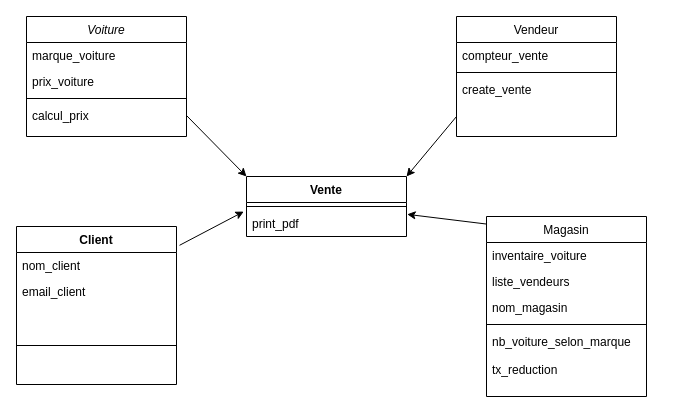
Before: Diagramme sans nom.drawio in Lohofora/Programmation-orient-e-objet, a draw.io diagram. Source tidied: cells renumbered, new cells numbered last; positions are measured from the earlier drawing's top-left corner, leaving out a move shared by most shapes. Both pictures are drawn from the tidied source at 100%, with x=0, y=0 at pixel (16, 16).
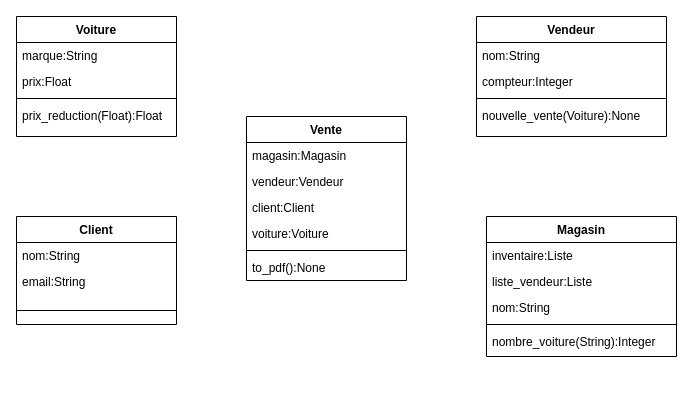
After the change.

Change to the diagram source:
```diff
@@
-    <mxCell id="2" value="Voiture" style="swimlane;fontStyle=2;align=center;verticalAlign=top;horizontal=1;startSize=26;rounded=0;shadow=0;strokeWidth=1;" parent="1" vertex="1">
-      <mxGeometry x="10" width="160" height="120" as="geometry" />
+    <mxCell id="2" value="Voiture" style="swimlane;fontStyle=1;align=center;verticalAlign=top;horizontal=1;startSize=26;rounded=0;shadow=0;strokeWidth=1;" parent="1" vertex="1">
+      <mxGeometry width="160" height="120" as="geometry" />
     </mxCell>
-    <mxCell id="3" value="marque_voiture" style="text;align=left;verticalAlign=top;spacingLeft=4;spacingRight=4;overflow=hidden;" parent="2" vertex="1">
+    <mxCell id="3" value="marque:String" style="text;align=left;verticalAlign=top;spacingLeft=4;spacingRight=4;overflow=hidden;" parent="2" vertex="1">
       <mxGeometry y="26" width="160" height="26" as="geometry" />
     </mxCell>
-    <mxCell id="4" value="prix_voiture" style="text;align=left;verticalAlign=top;spacingLeft=4;spacingRight=4;overflow=hidden;rounded=0;shadow=0;html=0;" parent="2" vertex="1">
+    <mxCell id="4" value="prix:Float" style="text;align=left;verticalAlign=top;spacingLeft=4;spacingRight=4;overflow=hidden;rounded=0;shadow=0;html=0;" parent="2" vertex="1">
       <mxGeometry y="52" width="160" height="26" as="geometry" />
     </mxCell>
@@
-    <mxCell id="6" value="calcul_prix" style="text;align=left;verticalAlign=top;spacingLeft=4;spacingRight=4;overflow=hidden;points=[[0,0.5],[1,0.5]];portConstraint=eastwest;" parent="2" vertex="1">
+    <mxCell id="6" value="prix_reduction(Float):Float" style="text;align=left;verticalAlign=top;spacingLeft=4;spacingRight=4;overflow=hidden;points=[[0,0.5],[1,0.5]];portConstraint=eastwest;" parent="2" vertex="1">
       <mxGeometry y="86" width="160" height="26" as="geometry" />
     </mxCell>
-    <mxCell id="7" value="Magasin" style="swimlane;fontStyle=0;align=center;verticalAlign=top;horizontal=1;startSize=26;rounded=0;shadow=0;strokeWidth=1;" parent="1" vertex="1">
-      <mxGeometry x="470" y="200" width="160" height="180" as="geometry" />
+    <mxCell id="7" value="Magasin" style="swimlane;fontStyle=1;align=center;verticalAlign=top;horizontal=1;startSize=26;rounded=0;shadow=0;strokeWidth=1;" parent="1" vertex="1">
+      <mxGeometry x="470" y="200" width="190" height="140" as="geometry" />
     </mxCell>
-    <mxCell id="8" value="inventaire_voiture" style="text;align=left;verticalAlign=top;spacingLeft=4;spacingRight=4;overflow=hidden;" parent="7" vertex="1">
-      <mxGeometry y="26" width="160" height="26" as="geometry" />
+    <mxCell id="8" value="inventaire:Liste" style="text;align=left;verticalAlign=top;spacingLeft=4;spacingRight=4;overflow=hidden;" parent="7" vertex="1">
+      <mxGeometry y="26" width="190" height="26" as="geometry" />
     </mxCell>
-    <mxCell id="9" value="liste_vendeurs" style="text;align=left;verticalAlign=top;spacingLeft=4;spacingRight=4;overflow=hidden;" parent="7" vertex="1">
-      <mxGeometry y="52" width="160" height="26" as="geometry" />
+    <mxCell id="9" value="liste_vendeur:Liste" style="text;align=left;verticalAlign=top;spacingLeft=4;spacingRight=4;overflow=hidden;" parent="7" vertex="1">
+      <mxGeometry y="52" width="190" height="26" as="geometry" />
     </mxCell>
-    <mxCell id="10" value="nom_magasin" style="text;align=left;verticalAlign=top;spacingLeft=4;spacingRight=4;overflow=hidden;" parent="7" vertex="1">
-      <mxGeometry y="78" width="160" height="26" as="geometry" />
+    <mxCell id="10" value="nom:String" style="text;align=left;verticalAlign=top;spacingLeft=4;spacingRight=4;overflow=hidden;" parent="7" vertex="1">
+      <mxGeometry y="78" width="190" height="26" as="geometry" />
     </mxCell>
     <mxCell id="11" style="line;html=1;strokeWidth=1;align=left;verticalAlign=middle;spacingTop=-1;spacingLeft=3;spacingRight=3;labelPosition=right;" parent="7" vertex="1">
-      <mxGeometry y="104" width="160" height="8" as="geometry" />
+      <mxGeometry y="104" width="190" height="8" as="geometry" />
     </mxCell>
-    <mxCell id="12" value="nb_voiture_selon_marque" style="text;align=left;verticalAlign=top;spacingLeft=4;spacingRight=4;overflow=hidden;" parent="7" vertex="1">
-      <mxGeometry y="112" width="160" height="28" as="geometry" />
+    <mxCell id="12" value="nombre_voiture(String):Integer" style="text;align=left;verticalAlign=top;spacingLeft=4;spacingRight=4;overflow=hidden;" parent="7" vertex="1">
+      <mxGeometry y="112" width="190" height="28" as="geometry" />
     </mxCell>
-    <mxCell id="13" value="tx_reduction" style="text;align=left;verticalAlign=top;spacingLeft=4;spacingRight=4;overflow=hidden;" parent="7" vertex="1">
-      <mxGeometry y="140" width="160" height="26" as="geometry" />
-    </mxCell>
-    <mxCell id="14" value="Vendeur" style="swimlane;fontStyle=0;align=center;verticalAlign=top;horizontal=1;startSize=26;rounded=0;shadow=0;strokeWidth=1;" parent="1" vertex="1">
-      <mxGeometry x="440" width="160" height="120" as="geometry" />
+    <mxCell id="14" value="Vendeur" style="swimlane;fontStyle=1;align=center;verticalAlign=top;horizontal=1;startSize=26;rounded=0;shadow=0;strokeWidth=1;" parent="1" vertex="1">
+      <mxGeometry x="460" width="190" height="120" as="geometry" />
     </mxCell>
-    <mxCell id="15" value="compteur_vente" style="text;align=left;verticalAlign=top;spacingLeft=4;spacingRight=4;overflow=hidden;rounded=0;shadow=0;html=0;" parent="14" vertex="1">
-      <mxGeometry y="26" width="160" height="26" as="geometry" />
+    <mxCell id="15" value="nom:String" style="text;align=left;verticalAlign=top;spacingLeft=4;spacingRight=4;overflow=hidden;rounded=0;shadow=0;html=0;" parent="14" vertex="1">
+      <mxGeometry y="26" width="190" height="26" as="geometry" />
     </mxCell>
+    <mxCell id="29" value="compteur:Integer" style="text;align=left;verticalAlign=top;spacingLeft=4;spacingRight=4;overflow=hidden;rounded=0;shadow=0;html=0;" parent="14" vertex="1">
+      <mxGeometry y="52" width="190" height="26" as="geometry" />
+    </mxCell>
     <mxCell id="16" style="line;html=1;strokeWidth=1;align=left;verticalAlign=middle;spacingTop=-1;spacingLeft=3;spacingRight=3;labelPosition=right;" parent="14" vertex="1">
-      <mxGeometry y="52" width="160" height="8" as="geometry" />
+      <mxGeometry y="78" width="190" height="8" as="geometry" />
     </mxCell>
-    <mxCell id="17" value="create_vente" style="text;align=left;verticalAlign=top;spacingLeft=4;spacingRight=4;overflow=hidden;" parent="14" vertex="1">
-      <mxGeometry y="60" width="160" height="26" as="geometry" />
+    <mxCell id="17" value="nouvelle_vente(Voiture):None" style="text;align=left;verticalAlign=top;spacingLeft=4;spacingRight=4;overflow=hidden;" parent="14" vertex="1">
+      <mxGeometry y="86" width="190" height="26" as="geometry" />
     </mxCell>
     <mxCell id="18" value="Client" style="swimlane;fontStyle=1;align=center;verticalAlign=top;horizontal=1;startSize=26;" parent="1" vertex="1">
-      <mxGeometry y="210" width="160" height="158" as="geometry" />
+      <mxGeometry y="200" width="160" height="108" as="geometry" />
     </mxCell>
-    <mxCell id="19" value="nom_client" style="text;strokeColor=none;fillColor=none;align=left;verticalAlign=top;spacingLeft=4;spacingRight=4;overflow=hidden;" parent="18" vertex="1">
+    <mxCell id="19" value="nom:String" style="text;strokeColor=none;fillColor=none;align=left;verticalAlign=top;spacingLeft=4;spacingRight=4;overflow=hidden;" parent="18" vertex="1">
       <mxGeometry y="26" width="160" height="26" as="geometry" />
     </mxCell>
-    <mxCell id="20" value="email_client" style="text;strokeColor=none;fillColor=none;align=left;verticalAlign=top;spacingLeft=4;spacingRight=4;overflow=hidden;" parent="18" vertex="1">
+    <mxCell id="20" value="email:String" style="text;strokeColor=none;fillColor=none;align=left;verticalAlign=top;spacingLeft=4;spacingRight=4;overflow=hidden;" parent="18" vertex="1">
       <mxGeometry y="52" width="160" height="28" as="geometry" />
     </mxCell>
     <mxCell id="21" style="line;strokeWidth=1;fillColor=none;align=left;verticalAlign=middle;spacingTop=-1;spacingLeft=3;spacingRight=3;labelPosition=right;strokeColor=inherit;" parent="18" vertex="1">
-      <mxGeometry y="80" width="160" height="78" as="geometry" />
+      <mxGeometry y="80" width="160" height="28" as="geometry" />
     </mxCell>
     <mxCell id="22" value="Vente" style="swimlane;fontStyle=1;align=center;verticalAlign=top;horizontal=1;startSize=26;" parent="1" vertex="1">
-      <mxGeometry x="230" y="160" width="160" height="60" as="geometry" />
+      <mxGeometry x="230" y="100" width="160" height="164" as="geometry" />
     </mxCell>
+    <mxCell id="30" value="magasin:Magasin" style="text;strokeColor=none;fillColor=none;align=left;verticalAlign=top;spacingLeft=4;spacingRight=4;overflow=hidden;" parent="22" vertex="1">
+      <mxGeometry y="26" width="160" height="26" as="geometry" />
+    </mxCell>
+    <mxCell id="31" value="vendeur:Vendeur" style="text;strokeColor=none;fillColor=none;align=left;verticalAlign=top;spacingLeft=4;spacingRight=4;overflow=hidden;" parent="22" vertex="1">
+      <mxGeometry y="52" width="160" height="26" as="geometry" />
+    </mxCell>
+    <mxCell id="32" value="client:Client" style="text;strokeColor=none;fillColor=none;align=left;verticalAlign=top;spacingLeft=4;spacingRight=4;overflow=hidden;" parent="22" vertex="1">
+      <mxGeometry y="78" width="160" height="26" as="geometry" />
+    </mxCell>
+    <mxCell id="33" value="voiture:Voiture" style="text;strokeColor=none;fillColor=none;align=left;verticalAlign=top;spacingLeft=4;spacingRight=4;overflow=hidden;" parent="22" vertex="1">
+      <mxGeometry y="104" width="160" height="26" as="geometry" />
+    </mxCell>
     <mxCell id="23" style="line;strokeWidth=1;fillColor=none;align=left;verticalAlign=middle;spacingTop=-1;spacingLeft=3;spacingRight=3;labelPosition=right;strokeColor=inherit;" parent="22" vertex="1">
-      <mxGeometry y="26" width="160" height="8" as="geometry" />
+      <mxGeometry y="130" width="160" height="8" as="geometry" />
     </mxCell>
-    <mxCell id="24" value="print_pdf" style="text;strokeColor=none;fillColor=none;align=left;verticalAlign=top;spacingLeft=4;spacingRight=4;overflow=hidden;points=[[0,0.5],[1,0.5]];portConstraint=eastwest;" parent="22" vertex="1">
-      <mxGeometry y="34" width="160" height="26" as="geometry" />
+    <mxCell id="24" value="to_pdf():None" style="text;strokeColor=none;fillColor=none;align=left;verticalAlign=top;spacingLeft=4;spacingRight=4;overflow=hidden;points=[[0,0.5],[1,0.5]];portConstraint=eastwest;" parent="22" vertex="1">
+      <mxGeometry y="138" width="160" height="26" as="geometry" />
     </mxCell>
-    <mxCell id="25" style="endArrow=classic;html=1;rounded=0;exitX=0;exitY=0.042;exitDx=0;exitDy=0;exitPerimeter=0;entryX=1.004;entryY=0.147;entryDx=0;entryDy=0;entryPerimeter=0;" parent="1" edge="1" source="7" target="24">
-      <mxGeometry relative="1" as="geometry" />
-    </mxCell>
-    <mxCell id="26" style="endArrow=classic;html=1;rounded=0;exitX=1.019;exitY=0.119;exitDx=0;exitDy=0;exitPerimeter=0;entryX=-0.017;entryY=0.041;entryDx=0;entryDy=0;entryPerimeter=0;" parent="1" edge="1" source="18" target="24">
-      <mxGeometry relative="1" as="geometry" />
-    </mxCell>
-    <mxCell id="27" style="endArrow=classic;html=1;rounded=0;exitX=1;exitY=0.5;exitDx=0;exitDy=0;entryX=0;entryY=0;entryDx=0;entryDy=0;" parent="1" edge="1" source="6" target="22">
-      <mxGeometry relative="1" as="geometry" />
-    </mxCell>
-    <mxCell id="28" style="endArrow=classic;html=1;rounded=0;entryX=1;entryY=0;entryDx=0;entryDy=0;" parent="1" edge="1" target="22">
-      <mxGeometry relative="1" as="geometry">
-        <mxPoint x="440" y="100" as="sourcePoint" />
-      </mxGeometry>
-    </mxCell>
```
